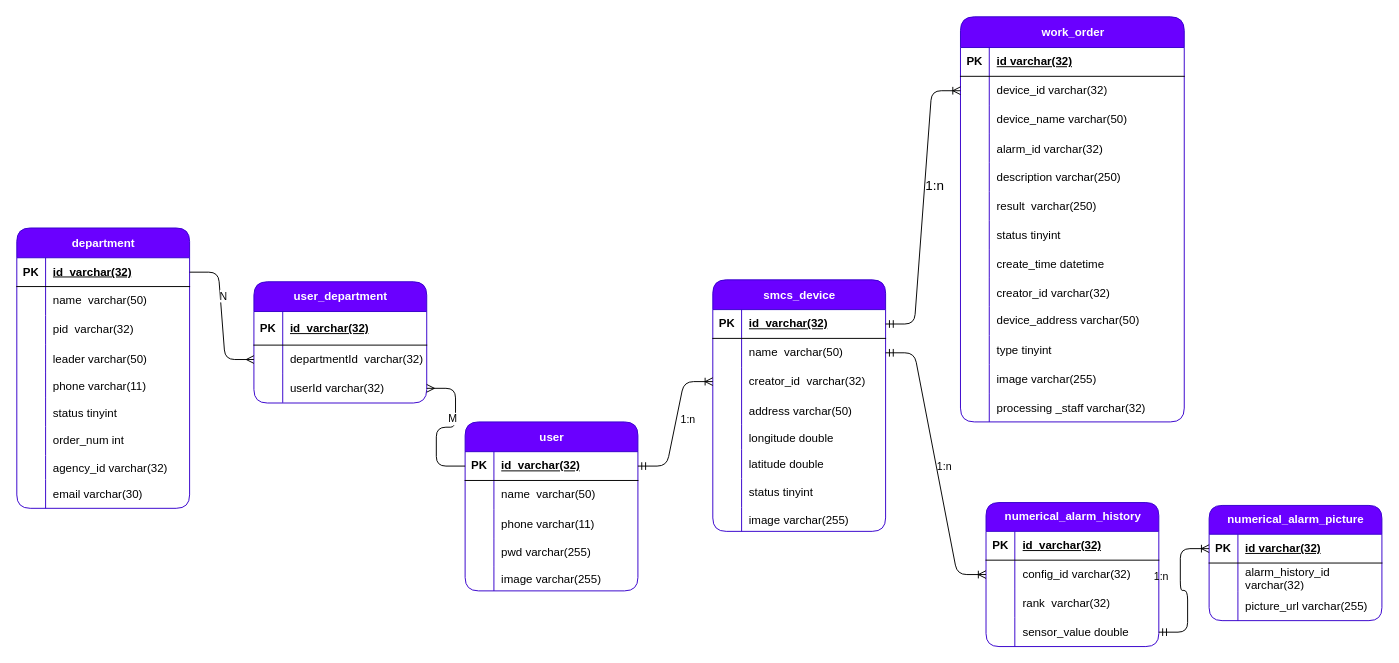
Above: page "数据库e-r图" (3 of 5) of 模块.drawio in viking-wj/software (draw.io), before the change. Source tidied: cells renumbered, new cells numbered last; positions are measured from the earlier drawing's top-left corner, leaving out a move shared by most shapes. Both pictures are drawn from the tidied source at 96%, with x=0, y=0 at pixel (16, -102).
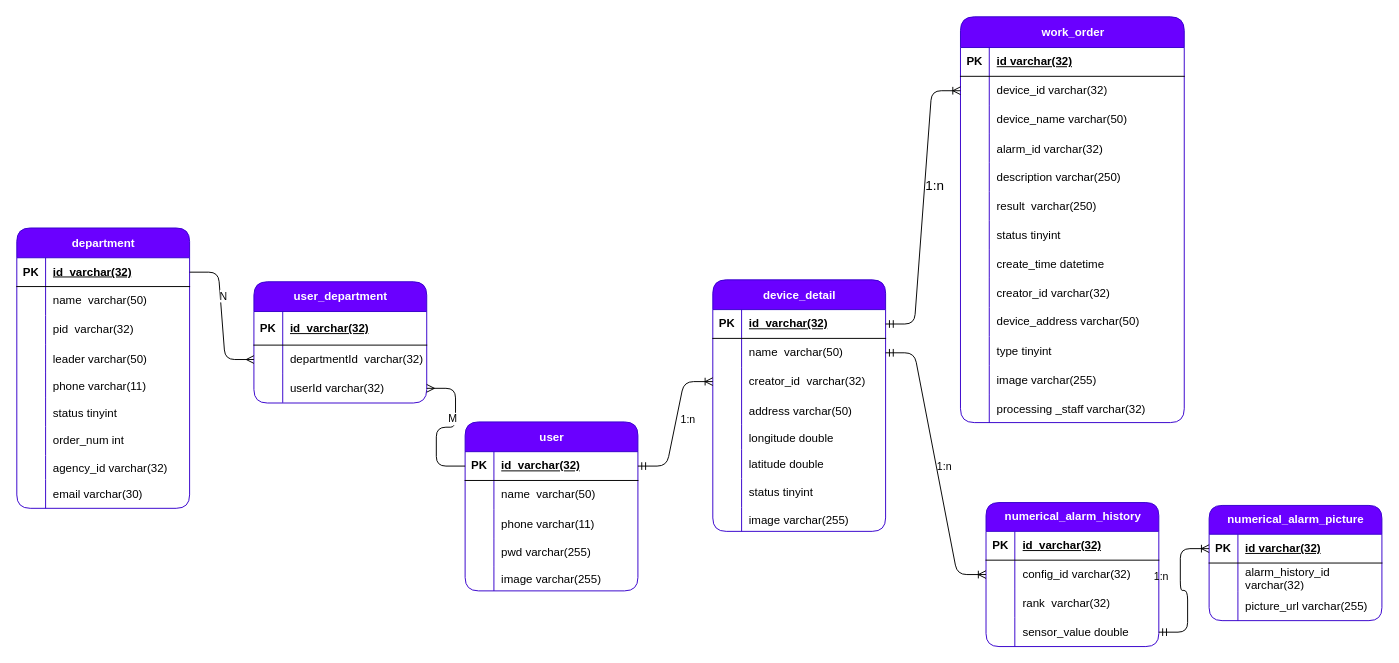
The same diagram, later.

Diff of the diagram source:
```diff
@@
-    <mxCell id="2" value="smcs_device" style="shape=table;startSize=31;childLayout=tableLayout;rowLines=0;fontStyle=1;align=center;html=1;rounded=1;labelBackgroundColor=none;fillColor=#6a00ff;fontColor=#ffffff;strokeColor=#3700CC;" parent="1" vertex="1">
+    <mxCell id="2" value="device_detail" style="shape=table;startSize=31;childLayout=tableLayout;rowLines=0;fontStyle=1;align=center;html=1;rounded=1;labelBackgroundColor=none;fillColor=#6a00ff;fontColor=#ffffff;strokeColor=#3700CC;" parent="1" vertex="1">
       <mxGeometry x="725" y="397" width="180" height="262" as="geometry" />
     </mxCell>
@@
     <mxCell id="27" value="work_order" style="shape=table;startSize=32;childLayout=tableLayout;rowLines=0;fontStyle=1;align=center;html=1;rounded=1;labelBackgroundColor=none;fillColor=#6a00ff;fontColor=#ffffff;strokeColor=#3700CC;" parent="1" vertex="1">
-      <mxGeometry x="983" y="123" width="233.1" height="422" as="geometry" />
+      <mxGeometry x="983" y="123" width="233.1" height="422.7" as="geometry" />
     </mxCell>
@@
     <mxCell id="52" style="shape=tableRow;horizontal=0;startSize=0;swimlaneHead=0;swimlaneBody=0;fillColor=none;top=0;left=0;right=0;bottom=0;rounded=1;labelBackgroundColor=none;" parent="27" vertex="1">
-      <mxGeometry y="272" width="233.1" height="30" as="geometry" />
+      <mxGeometry y="272" width="233.1" height="31" as="geometry" />
     </mxCell>
     <mxCell id="53" style="shape=partialRectangle;fillColor=none;top=0;left=0;bottom=0;right=0;overflow=hidden;rounded=1;labelBackgroundColor=none;" parent="52" vertex="1">
-      <mxGeometry width="30" height="30" as="geometry" />
+      <mxGeometry width="30" height="31" as="geometry" />
     </mxCell>
     <mxCell id="54" value="creator_id varchar(32)" style="shape=partialRectangle;fillColor=none;top=0;left=0;bottom=0;right=0;align=left;spacingLeft=6;overflow=hidden;rounded=1;labelBackgroundColor=none;" parent="52" vertex="1">
-      <mxGeometry x="30" width="203.1" height="30" as="geometry" />
+      <mxGeometry x="30" width="203.1" height="31" as="geometry" />
     </mxCell>
     <mxCell id="55" style="shape=tableRow;horizontal=0;startSize=0;swimlaneHead=0;swimlaneBody=0;fillColor=none;top=0;left=0;right=0;bottom=0;rounded=1;labelBackgroundColor=none;" parent="27" vertex="1">
-      <mxGeometry y="302" width="233.1" height="30" as="geometry" />
+      <mxGeometry y="303" width="233.1" height="30" as="geometry" />
     </mxCell>
@@
     <mxCell id="58" style="shape=tableRow;horizontal=0;startSize=0;swimlaneHead=0;swimlaneBody=0;fillColor=none;top=0;left=0;right=0;bottom=0;" parent="27" vertex="1">
-      <mxGeometry y="332" width="233.1" height="30" as="geometry" />
+      <mxGeometry y="333" width="233.1" height="30" as="geometry" />
     </mxCell>
@@
     <mxCell id="61" style="shape=tableRow;horizontal=0;startSize=0;swimlaneHead=0;swimlaneBody=0;fillColor=none;top=0;left=0;right=0;bottom=0;rounded=1;labelBackgroundColor=none;" parent="27" vertex="1">
-      <mxGeometry y="362" width="233.1" height="30" as="geometry" />
+      <mxGeometry y="363" width="233.1" height="30" as="geometry" />
     </mxCell>
@@
     <mxCell id="64" style="shape=tableRow;horizontal=0;startSize=0;swimlaneHead=0;swimlaneBody=0;fillColor=none;top=0;left=0;right=0;bottom=0;" parent="27" vertex="1">
-      <mxGeometry y="392" width="233.1" height="30" as="geometry" />
+      <mxGeometry y="393" width="233.1" height="30" as="geometry" />
     </mxCell>
```
